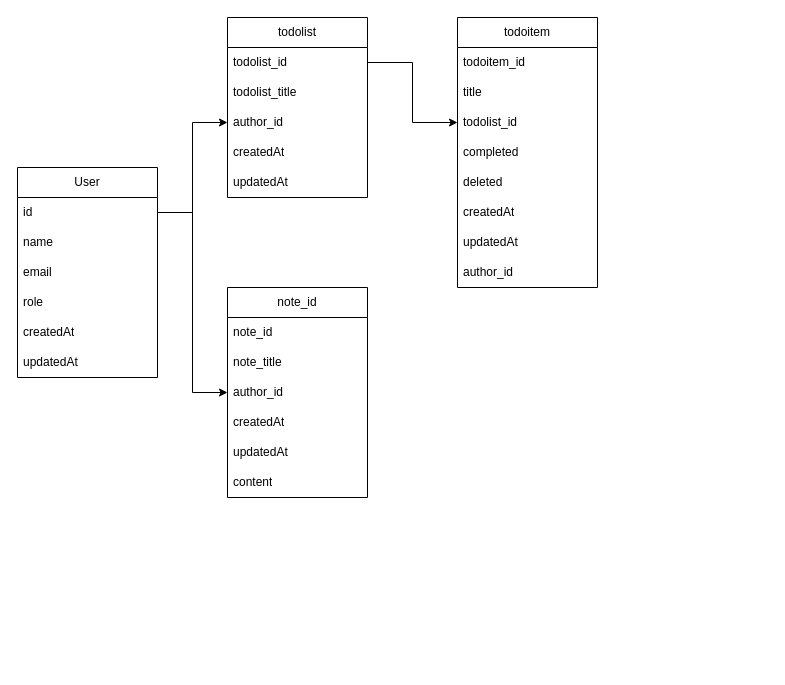
This is todolist-er.drawio from suda-3156/todolist, a draw.io file, before an edit. Source tidied: cells renumbered, new cells numbered last; positions are measured from the earlier drawing's top-left corner, leaving out a move shared by most shapes. Both pictures are drawn from the tidied source at 100%, with x=0, y=0 at pixel (17, 17).
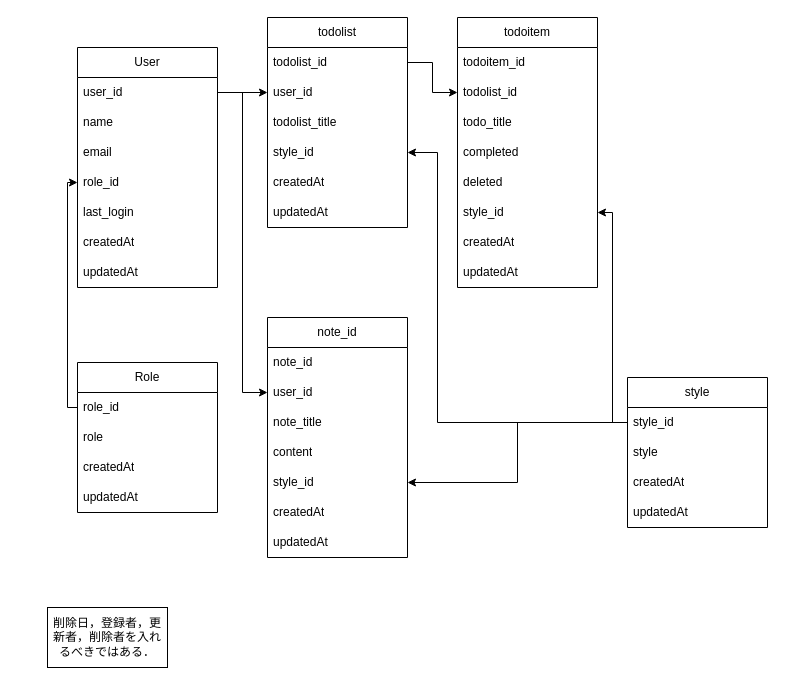
The same diagram, later.

The change refers to these unchanged cells:
```xml
<mxCell id="9" value="todoitem" style="swimlane;fontStyle=0;horizontal=1;startSize=30;whiteSpace=wrap;html=1;" parent="1" vertex="1">
  <mxGeometry x="440" width="140" height="270" as="geometry" />
</mxCell>
```

Diff of the diagram source:
```diff
@@
     <mxCell id="2" value="User" style="swimlane;fontStyle=0;horizontal=1;startSize=30;whiteSpace=wrap;html=1;" parent="1" vertex="1">
-      <mxGeometry y="150" width="140" height="210" as="geometry" />
+      <mxGeometry x="60" y="30" width="140" height="240" as="geometry" />
     </mxCell>
-    <mxCell id="3" value="id" style="text;strokeColor=none;fillColor=none;align=left;verticalAlign=middle;spacingLeft=4;spacingRight=4;overflow=hidden;points=[[0,0.5],[1,0.5]];portConstraint=eastwest;whiteSpace=wrap;html=1;" parent="2" vertex="1">
+    <mxCell id="3" value="user_id" style="text;strokeColor=none;fillColor=none;align=left;verticalAlign=middle;spacingLeft=4;spacingRight=4;overflow=hidden;points=[[0,0.5],[1,0.5]];portConstraint=eastwest;whiteSpace=wrap;html=1;" parent="2" vertex="1">
       <mxGeometry y="30" width="140" height="30" as="geometry" />
     </mxCell>
@@
-    <mxCell id="6" value="role" style="text;strokeColor=none;fillColor=none;align=left;verticalAlign=middle;spacingLeft=4;spacingRight=4;overflow=hidden;points=[[0,0.5],[1,0.5]];portConstraint=eastwest;whiteSpace=wrap;html=1;" parent="2" vertex="1">
+    <mxCell id="6" value="role_id" style="text;strokeColor=none;fillColor=none;align=left;verticalAlign=middle;spacingLeft=4;spacingRight=4;overflow=hidden;points=[[0,0.5],[1,0.5]];portConstraint=eastwest;whiteSpace=wrap;html=1;" parent="2" vertex="1">
       <mxGeometry y="120" width="140" height="30" as="geometry" />
     </mxCell>
+    <mxCell id="34" value="last_login" style="text;strokeColor=none;fillColor=none;align=left;verticalAlign=middle;spacingLeft=4;spacingRight=4;overflow=hidden;whiteSpace=wrap;html=1;" parent="2" vertex="1">
+      <mxGeometry y="150" width="140" height="30" as="geometry" />
+    </mxCell>
     <mxCell id="7" value="createdAt" style="text;strokeColor=none;fillColor=none;align=left;verticalAlign=middle;spacingLeft=4;spacingRight=4;overflow=hidden;whiteSpace=wrap;html=1;" parent="2" vertex="1">
-      <mxGeometry y="150" width="140" height="30" as="geometry" />
+      <mxGeometry y="180" width="140" height="30" as="geometry" />
     </mxCell>
     <mxCell id="8" value="updatedAt" style="text;strokeColor=none;fillColor=none;align=left;verticalAlign=middle;spacingLeft=4;spacingRight=4;overflow=hidden;whiteSpace=wrap;html=1;" parent="2" vertex="1">
-      <mxGeometry y="180" width="140" height="30" as="geometry" />
+      <mxGeometry y="210" width="140" height="30" as="geometry" />
     </mxCell>
@@
+    <mxCell id="12" value="todolist_id" style="text;strokeColor=none;fillColor=none;align=left;verticalAlign=middle;spacingLeft=4;spacingRight=4;overflow=hidden;points=[[0,0.5],[1,0.5]];portConstraint=eastwest;whiteSpace=wrap;html=1;" parent="9" vertex="1">
+      <mxGeometry y="60" width="140" height="30" as="geometry" />
+    </mxCell>
-    <mxCell id="11" value="title" style="text;strokeColor=none;fillColor=none;align=left;verticalAlign=middle;spacingLeft=4;spacingRight=4;overflow=hidden;whiteSpace=wrap;html=1;" parent="9" vertex="1">
-      <mxGeometry y="60" width="140" height="30" as="geometry" />
+    <mxCell id="11" value="todo_title" style="text;strokeColor=none;fillColor=none;align=left;verticalAlign=middle;spacingLeft=4;spacingRight=4;overflow=hidden;whiteSpace=wrap;html=1;" parent="9" vertex="1">
+      <mxGeometry y="90" width="140" height="30" as="geometry" />
     </mxCell>
-    <mxCell id="12" value="todolist_id" style="text;strokeColor=none;fillColor=none;align=left;verticalAlign=middle;spacingLeft=4;spacingRight=4;overflow=hidden;points=[[0,0.5],[1,0.5]];portConstraint=eastwest;whiteSpace=wrap;html=1;" parent="9" vertex="1">
-      <mxGeometry y="90" width="140" height="30" as="geometry" />
-    </mxCell>
@@
+    <mxCell id="35" value="style_id" style="text;strokeColor=none;fillColor=none;align=left;verticalAlign=middle;spacingLeft=4;spacingRight=4;overflow=hidden;points=[[0,0.5],[1,0.5]];portConstraint=eastwest;whiteSpace=wrap;html=1;" parent="9" vertex="1">
+      <mxGeometry y="180" width="140" height="30" as="geometry" />
+    </mxCell>
     <mxCell id="15" value="createdAt" style="text;strokeColor=none;fillColor=none;align=left;verticalAlign=middle;spacingLeft=4;spacingRight=4;overflow=hidden;whiteSpace=wrap;html=1;" parent="9" vertex="1">
-      <mxGeometry y="180" width="140" height="30" as="geometry" />
+      <mxGeometry y="210" width="140" height="30" as="geometry" />
     </mxCell>
     <mxCell id="16" value="updatedAt" style="text;strokeColor=none;fillColor=none;align=left;verticalAlign=middle;spacingLeft=4;spacingRight=4;overflow=hidden;whiteSpace=wrap;html=1;" parent="9" vertex="1">
-      <mxGeometry y="210" width="140" height="30" as="geometry" />
+      <mxGeometry y="240" width="140" height="30" as="geometry" />
     </mxCell>
-    <mxCell id="17" value="author_id" style="text;strokeColor=none;fillColor=none;align=left;verticalAlign=middle;spacingLeft=4;spacingRight=4;overflow=hidden;whiteSpace=wrap;html=1;" parent="9" vertex="1">
-      <mxGeometry y="240" width="140" height="30" as="geometry" />
-    </mxCell>
     <mxCell id="18" value="note_id" style="swimlane;fontStyle=0;horizontal=1;startSize=30;whiteSpace=wrap;html=1;" parent="1" vertex="1">
-      <mxGeometry x="210" y="270" width="140" height="210" as="geometry" />
+      <mxGeometry x="250" y="300" width="140" height="240" as="geometry" />
     </mxCell>
@@
+    <mxCell id="21" value="user_id" style="text;strokeColor=none;fillColor=none;align=left;verticalAlign=middle;spacingLeft=4;spacingRight=4;overflow=hidden;points=[[0,0.5],[1,0.5]];portConstraint=eastwest;whiteSpace=wrap;html=1;" parent="18" vertex="1">
+      <mxGeometry y="60" width="140" height="30" as="geometry" />
+    </mxCell>
     <mxCell id="20" value="note_title" style="text;strokeColor=none;fillColor=none;align=left;verticalAlign=middle;spacingLeft=4;spacingRight=4;overflow=hidden;whiteSpace=wrap;html=1;" parent="18" vertex="1">
-      <mxGeometry y="60" width="140" height="30" as="geometry" />
+      <mxGeometry y="90" width="140" height="30" as="geometry" />
     </mxCell>
-    <mxCell id="21" value="author_id" style="text;strokeColor=none;fillColor=none;align=left;verticalAlign=middle;spacingLeft=4;spacingRight=4;overflow=hidden;points=[[0,0.5],[1,0.5]];portConstraint=eastwest;whiteSpace=wrap;html=1;" parent="18" vertex="1">
-      <mxGeometry y="90" width="140" height="30" as="geometry" />
-    </mxCell>
+    <mxCell id="24" value="content" style="text;strokeColor=none;fillColor=none;align=left;verticalAlign=middle;spacingLeft=4;spacingRight=4;overflow=hidden;whiteSpace=wrap;html=1;" parent="18" vertex="1">
+      <mxGeometry y="120" width="140" height="30" as="geometry" />
+    </mxCell>
+    <mxCell id="36" value="style_id" style="text;strokeColor=none;fillColor=none;align=left;verticalAlign=middle;spacingLeft=4;spacingRight=4;overflow=hidden;points=[[0,0.5],[1,0.5]];portConstraint=eastwest;whiteSpace=wrap;html=1;" parent="18" vertex="1">
+      <mxGeometry y="150" width="140" height="30" as="geometry" />
+    </mxCell>
     <mxCell id="22" value="createdAt" style="text;strokeColor=none;fillColor=none;align=left;verticalAlign=middle;spacingLeft=4;spacingRight=4;overflow=hidden;whiteSpace=wrap;html=1;" parent="18" vertex="1">
-      <mxGeometry y="120" width="140" height="30" as="geometry" />
+      <mxGeometry y="180" width="140" height="30" as="geometry" />
     </mxCell>
     <mxCell id="23" value="updatedAt" style="text;strokeColor=none;fillColor=none;align=left;verticalAlign=middle;spacingLeft=4;spacingRight=4;overflow=hidden;whiteSpace=wrap;html=1;" parent="18" vertex="1">
-      <mxGeometry y="150" width="140" height="30" as="geometry" />
+      <mxGeometry y="210" width="140" height="30" as="geometry" />
     </mxCell>
-    <mxCell id="24" value="content" style="text;strokeColor=none;fillColor=none;align=left;verticalAlign=middle;spacingLeft=4;spacingRight=4;overflow=hidden;whiteSpace=wrap;html=1;" parent="18" vertex="1">
-      <mxGeometry y="180" width="140" height="30" as="geometry" />
-    </mxCell>
     <mxCell id="25" value="todolist" style="swimlane;fontStyle=0;horizontal=1;startSize=30;whiteSpace=wrap;html=1;" parent="1" vertex="1">
-      <mxGeometry x="210" width="140" height="180" as="geometry" />
+      <mxGeometry x="250" width="140" height="210" as="geometry" />
     </mxCell>
@@
+    <mxCell id="28" value="user_id" style="text;strokeColor=none;fillColor=none;align=left;verticalAlign=middle;spacingLeft=4;spacingRight=4;overflow=hidden;points=[[0,0.5],[1,0.5]];portConstraint=eastwest;whiteSpace=wrap;html=1;" parent="25" vertex="1">
+      <mxGeometry y="60" width="140" height="30" as="geometry" />
+    </mxCell>
     <mxCell id="27" value="todolist_title" style="text;strokeColor=none;fillColor=none;align=left;verticalAlign=middle;spacingLeft=4;spacingRight=4;overflow=hidden;whiteSpace=wrap;html=1;" parent="25" vertex="1">
-      <mxGeometry y="60" width="140" height="30" as="geometry" />
+      <mxGeometry y="90" width="140" height="30" as="geometry" />
     </mxCell>
-    <mxCell id="28" value="author_id" style="text;strokeColor=none;fillColor=none;align=left;verticalAlign=middle;spacingLeft=4;spacingRight=4;overflow=hidden;points=[[0,0.5],[1,0.5]];portConstraint=eastwest;whiteSpace=wrap;html=1;" parent="25" vertex="1">
-      <mxGeometry y="90" width="140" height="30" as="geometry" />
-    </mxCell>
+    <mxCell id="37" value="style_id" style="text;strokeColor=none;fillColor=none;align=left;verticalAlign=middle;spacingLeft=4;spacingRight=4;overflow=hidden;points=[[0,0.5],[1,0.5]];portConstraint=eastwest;whiteSpace=wrap;html=1;" parent="25" vertex="1">
+      <mxGeometry y="120" width="140" height="30" as="geometry" />
+    </mxCell>
     <mxCell id="29" value="createdAt" style="text;strokeColor=none;fillColor=none;align=left;verticalAlign=middle;spacingLeft=4;spacingRight=4;overflow=hidden;whiteSpace=wrap;html=1;" parent="25" vertex="1">
-      <mxGeometry y="120" width="140" height="30" as="geometry" />
+      <mxGeometry y="150" width="140" height="30" as="geometry" />
     </mxCell>
     <mxCell id="30" value="updatedAt" style="text;strokeColor=none;fillColor=none;align=left;verticalAlign=middle;spacingLeft=4;spacingRight=4;overflow=hidden;whiteSpace=wrap;html=1;" parent="25" vertex="1">
-      <mxGeometry y="150" width="140" height="30" as="geometry" />
+      <mxGeometry y="180" width="140" height="30" as="geometry" />
     </mxCell>
@@
+    <mxCell id="38" value="Role" style="swimlane;fontStyle=0;horizontal=1;startSize=30;whiteSpace=wrap;html=1;" parent="1" vertex="1">
+      <mxGeometry x="60" y="345" width="140" height="150" as="geometry" />
+    </mxCell>
+    <mxCell id="39" value="role_id" style="text;strokeColor=none;fillColor=none;align=left;verticalAlign=middle;spacingLeft=4;spacingRight=4;overflow=hidden;points=[[0,0.5],[1,0.5]];portConstraint=eastwest;whiteSpace=wrap;html=1;" parent="38" vertex="1">
+      <mxGeometry y="30" width="140" height="30" as="geometry" />
+    </mxCell>
+    <mxCell id="40" value="role" style="text;strokeColor=none;fillColor=none;align=left;verticalAlign=middle;spacingLeft=4;spacingRight=4;overflow=hidden;whiteSpace=wrap;html=1;" parent="38" vertex="1">
+      <mxGeometry y="60" width="140" height="30" as="geometry" />
+    </mxCell>
+    <mxCell id="41" value="createdAt" style="text;strokeColor=none;fillColor=none;align=left;verticalAlign=middle;spacingLeft=4;spacingRight=4;overflow=hidden;whiteSpace=wrap;html=1;" parent="38" vertex="1">
+      <mxGeometry y="90" width="140" height="30" as="geometry" />
+    </mxCell>
+    <mxCell id="42" value="updatedAt" style="text;strokeColor=none;fillColor=none;align=left;verticalAlign=middle;spacingLeft=4;spacingRight=4;overflow=hidden;whiteSpace=wrap;html=1;" parent="38" vertex="1">
+      <mxGeometry y="120" width="140" height="30" as="geometry" />
+    </mxCell>
+    <mxCell id="43" value="削除日，登録者，更新者，削除者を入れるべきではある．" style="rounded=0;whiteSpace=wrap;html=1;" parent="1" vertex="1">
+      <mxGeometry x="30" y="590" width="120" height="60" as="geometry" />
+    </mxCell>
+    <mxCell id="44" style="edgeStyle=orthogonalEdgeStyle;html=1;entryX=0;entryY=0.5;entryDx=0;entryDy=0;rounded=0;" parent="1" edge="1" source="39" target="6">
+      <mxGeometry relative="1" as="geometry" />
+    </mxCell>
+    <mxCell id="45" value="style" style="swimlane;fontStyle=0;horizontal=1;startSize=30;whiteSpace=wrap;html=1;" parent="1" vertex="1">
+      <mxGeometry x="610" y="360" width="140" height="150" as="geometry" />
+    </mxCell>
+    <mxCell id="46" value="style_id" style="text;strokeColor=none;fillColor=none;align=left;verticalAlign=middle;spacingLeft=4;spacingRight=4;overflow=hidden;points=[[0,0.5],[1,0.5]];portConstraint=eastwest;whiteSpace=wrap;html=1;" parent="45" vertex="1">
+      <mxGeometry y="30" width="140" height="30" as="geometry" />
+    </mxCell>
+    <mxCell id="47" value="style" style="text;strokeColor=none;fillColor=none;align=left;verticalAlign=middle;spacingLeft=4;spacingRight=4;overflow=hidden;whiteSpace=wrap;html=1;" parent="45" vertex="1">
+      <mxGeometry y="60" width="140" height="30" as="geometry" />
+    </mxCell>
+    <mxCell id="48" value="createdAt" style="text;strokeColor=none;fillColor=none;align=left;verticalAlign=middle;spacingLeft=4;spacingRight=4;overflow=hidden;whiteSpace=wrap;html=1;" parent="45" vertex="1">
+      <mxGeometry y="90" width="140" height="30" as="geometry" />
+    </mxCell>
+    <mxCell id="49" value="updatedAt" style="text;strokeColor=none;fillColor=none;align=left;verticalAlign=middle;spacingLeft=4;spacingRight=4;overflow=hidden;whiteSpace=wrap;html=1;" parent="45" vertex="1">
+      <mxGeometry y="120" width="140" height="30" as="geometry" />
+    </mxCell>
+    <mxCell id="50" style="edgeStyle=orthogonalEdgeStyle;html=1;entryX=1;entryY=0.5;entryDx=0;entryDy=0;rounded=0;" parent="1" edge="1" source="46" target="36">
+      <mxGeometry relative="1" as="geometry" />
+    </mxCell>
+    <mxCell id="51" style="edgeStyle=orthogonalEdgeStyle;rounded=0;html=1;entryX=1;entryY=0.5;entryDx=0;entryDy=0;" parent="1" edge="1" source="46" target="35">
+      <mxGeometry relative="1" as="geometry" />
+    </mxCell>
+    <mxCell id="52" style="edgeStyle=orthogonalEdgeStyle;rounded=0;html=1;entryX=1;entryY=0.5;entryDx=0;entryDy=0;" parent="1" edge="1" source="46" target="37">
+      <mxGeometry relative="1" as="geometry">
+        <Array as="points">
+          <mxPoint x="420" y="405" />
+          <mxPoint x="420" y="135" />
+        </Array>
+      </mxGeometry>
+    </mxCell>
```
